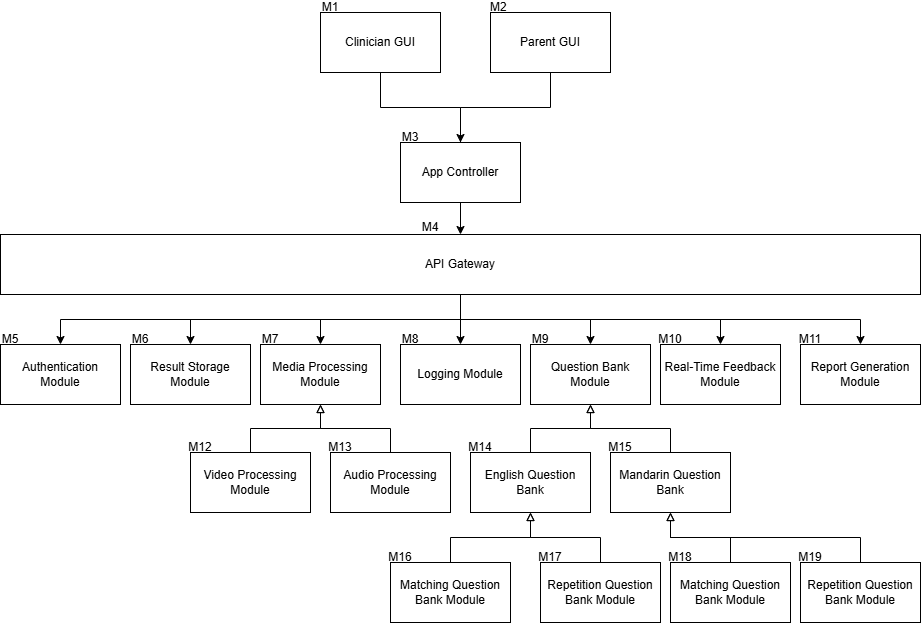
Before: docs/Design/SoftArchitecture/images/Module Hierachy.drawio.png, a diagram exported from draw.io (parishanizam/TeleHealth). Source tidied: cells renumbered, new cells last; positions are measured from the earlier drawing's top-left corner, leaving out a move shared by most shapes. Source of this version:
```xml
<mxGraphModel>
  <root>
    <mxCell id="0" />
    <mxCell id="1" parent="0" />
    <mxCell id="2" style="edgeStyle=orthogonalEdgeStyle;rounded=0;jettySize=auto;html=1;exitX=0.5;exitY=0;exitDx=0;exitDy=0;entryX=0.5;entryY=1;entryDx=0;entryDy=0;startArrow=classic;startFill=1;endArrow=none;endFill=0;" parent="1" edge="1" source="4" target="33">
      <mxGeometry relative="1" as="geometry" />
    </mxCell>
    <mxCell id="3" style="edgeStyle=orthogonalEdgeStyle;rounded=0;jettySize=auto;html=1;exitX=0.5;exitY=0;exitDx=0;exitDy=0;entryX=0.5;entryY=1;entryDx=0;entryDy=0;endArrow=none;endFill=0;" parent="1" edge="1" source="4" target="34">
      <mxGeometry relative="1" as="geometry" />
    </mxCell>
    <mxCell id="4" value="App Controller" style="rounded=0;whiteSpace=wrap;html=1;" parent="1" vertex="1">
      <mxGeometry x="400" y="140" width="120" height="60" as="geometry" />
    </mxCell>
    <mxCell id="5" style="edgeStyle=orthogonalEdgeStyle;rounded=0;jettySize=auto;html=1;entryX=0.5;entryY=0;entryDx=0;entryDy=0;exitX=0.5;exitY=1;exitDx=0;exitDy=0;" parent="1" edge="1" source="4" target="13">
      <mxGeometry relative="1" as="geometry" />
    </mxCell>
    <mxCell id="6" style="edgeStyle=orthogonalEdgeStyle;rounded=0;jettySize=auto;html=1;exitX=0.5;exitY=1;exitDx=0;exitDy=0;entryX=0.5;entryY=0;entryDx=0;entryDy=0;" parent="1" edge="1" source="13" target="14">
      <mxGeometry relative="1" as="geometry" />
    </mxCell>
    <mxCell id="7" style="edgeStyle=orthogonalEdgeStyle;rounded=0;jettySize=auto;html=1;exitX=0.5;exitY=1;exitDx=0;exitDy=0;" parent="1" edge="1" source="13" target="15">
      <mxGeometry relative="1" as="geometry" />
    </mxCell>
    <mxCell id="8" style="edgeStyle=orthogonalEdgeStyle;rounded=0;jettySize=auto;html=1;exitX=0.5;exitY=1;exitDx=0;exitDy=0;entryX=0.5;entryY=0;entryDx=0;entryDy=0;" parent="1" edge="1" source="13" target="17">
      <mxGeometry relative="1" as="geometry" />
    </mxCell>
    <mxCell id="9" style="edgeStyle=orthogonalEdgeStyle;rounded=0;jettySize=auto;html=1;exitX=0.5;exitY=1;exitDx=0;exitDy=0;entryX=0.5;entryY=0;entryDx=0;entryDy=0;" parent="1" edge="1" source="13" target="16">
      <mxGeometry relative="1" as="geometry" />
    </mxCell>
    <mxCell id="10" style="edgeStyle=orthogonalEdgeStyle;rounded=0;jettySize=auto;html=1;exitX=0.5;exitY=1;exitDx=0;exitDy=0;entryX=0.5;entryY=0;entryDx=0;entryDy=0;" parent="1" edge="1" source="13" target="26">
      <mxGeometry relative="1" as="geometry" />
    </mxCell>
    <mxCell id="11" style="edgeStyle=orthogonalEdgeStyle;rounded=0;jettySize=auto;html=1;exitX=0.5;exitY=1;exitDx=0;exitDy=0;entryX=0.5;entryY=0;entryDx=0;entryDy=0;" parent="1" edge="1" source="13" target="19">
      <mxGeometry relative="1" as="geometry" />
    </mxCell>
    <mxCell id="12" style="edgeStyle=orthogonalEdgeStyle;rounded=0;jettySize=auto;html=1;exitX=0.5;exitY=1;exitDx=0;exitDy=0;entryX=0.5;entryY=0;entryDx=0;entryDy=0;" parent="1" edge="1" source="13" target="18">
      <mxGeometry relative="1" as="geometry" />
    </mxCell>
    <mxCell id="13" value="API Gateway" style="rounded=0;whiteSpace=wrap;html=1;" parent="1" vertex="1">
      <mxGeometry y="232" width="920" height="60" as="geometry" />
    </mxCell>
    <mxCell id="14" value="Authentication Module" style="rounded=0;whiteSpace=wrap;html=1;" parent="1" vertex="1">
      <mxGeometry y="342" width="120" height="60" as="geometry" />
    </mxCell>
    <mxCell id="15" value="Result Storage Module" style="rounded=0;whiteSpace=wrap;html=1;" parent="1" vertex="1">
      <mxGeometry x="130" y="342" width="120" height="60" as="geometry" />
    </mxCell>
    <mxCell id="16" value="Logging Module" style="rounded=0;whiteSpace=wrap;html=1;" parent="1" vertex="1">
      <mxGeometry x="400" y="342" width="120" height="60" as="geometry" />
    </mxCell>
    <mxCell id="17" value="Media Processing Module" style="rounded=0;whiteSpace=wrap;html=1;" parent="1" vertex="1">
      <mxGeometry x="260" y="342" width="120" height="60" as="geometry" />
    </mxCell>
    <mxCell id="18" value="Report Generation Module" style="rounded=0;whiteSpace=wrap;html=1;" parent="1" vertex="1">
      <mxGeometry x="800" y="342" width="120" height="60" as="geometry" />
    </mxCell>
    <mxCell id="19" value="&lt;font style=&quot;color: rgb(0, 0, 0);&quot;&gt;Real-Time Feedback Module&lt;/font&gt;" style="rounded=0;whiteSpace=wrap;html=1;" parent="1" vertex="1">
      <mxGeometry x="660" y="342" width="120" height="60" as="geometry" />
    </mxCell>
    <mxCell id="20" style="edgeStyle=orthogonalEdgeStyle;rounded=0;jettySize=auto;html=1;exitX=0.5;exitY=0;exitDx=0;exitDy=0;entryX=0.5;entryY=1;entryDx=0;entryDy=0;endArrow=block;endFill=0;" parent="1" edge="1" source="21" target="17">
      <mxGeometry relative="1" as="geometry" />
    </mxCell>
    <mxCell id="21" value="Video Processing Module" style="rounded=0;whiteSpace=wrap;html=1;" parent="1" vertex="1">
      <mxGeometry x="190" y="450" width="120" height="60" as="geometry" />
    </mxCell>
    <mxCell id="22" style="edgeStyle=orthogonalEdgeStyle;rounded=0;jettySize=auto;html=1;exitX=0.5;exitY=0;exitDx=0;exitDy=0;entryX=0.5;entryY=1;entryDx=0;entryDy=0;endArrow=block;endFill=0;" parent="1" edge="1" source="23" target="17">
      <mxGeometry relative="1" as="geometry" />
    </mxCell>
    <mxCell id="23" value="Audio Processing Module" style="rounded=0;whiteSpace=wrap;html=1;" parent="1" vertex="1">
      <mxGeometry x="330" y="450" width="120" height="60" as="geometry" />
    </mxCell>
    <mxCell id="24" style="rounded=0;jettySize=auto;html=1;exitX=0.5;exitY=0;exitDx=0;exitDy=0;entryX=0.5;entryY=1;entryDx=0;entryDy=0;endArrow=block;endFill=0;edgeStyle=orthogonalEdgeStyle;" parent="1" edge="1" source="31" target="26">
      <mxGeometry relative="1" as="geometry" />
    </mxCell>
    <mxCell id="25" style="edgeStyle=orthogonalEdgeStyle;rounded=0;jettySize=auto;html=1;entryX=0.5;entryY=1;entryDx=0;entryDy=0;exitX=0.5;exitY=0;exitDx=0;exitDy=0;endArrow=block;endFill=0;" parent="1" edge="1" source="32" target="26">
      <mxGeometry relative="1" as="geometry" />
    </mxCell>
    <mxCell id="26" value="Question Bank Module" style="rounded=0;whiteSpace=wrap;html=1;" parent="1" vertex="1">
      <mxGeometry x="530" y="342" width="120" height="60" as="geometry" />
    </mxCell>
    <mxCell id="27" value="Matching Question Bank Module" style="rounded=0;whiteSpace=wrap;html=1;" parent="1" vertex="1">
      <mxGeometry x="390" y="560" width="120" height="60" as="geometry" />
    </mxCell>
    <mxCell id="28" value="Repetition Question Bank Module" style="rounded=0;whiteSpace=wrap;html=1;" parent="1" vertex="1">
      <mxGeometry x="540" y="560" width="120" height="60" as="geometry" />
    </mxCell>
    <mxCell id="29" style="rounded=0;jettySize=auto;html=1;entryX=0.5;entryY=1;entryDx=0;entryDy=0;endArrow=block;endFill=0;exitX=0.5;exitY=0;exitDx=0;exitDy=0;edgeStyle=orthogonalEdgeStyle;" parent="1" edge="1" source="27" target="31">
      <mxGeometry relative="1" as="geometry" />
    </mxCell>
    <mxCell id="30" style="rounded=0;jettySize=auto;html=1;endArrow=block;endFill=0;entryX=0.5;entryY=1;entryDx=0;entryDy=0;exitX=0.5;exitY=0;exitDx=0;exitDy=0;edgeStyle=orthogonalEdgeStyle;" parent="1" edge="1" source="28" target="31">
      <mxGeometry relative="1" as="geometry" />
    </mxCell>
    <mxCell id="31" value="English Question Bank" style="rounded=0;whiteSpace=wrap;html=1;" parent="1" vertex="1">
      <mxGeometry x="470" y="450" width="120" height="60" as="geometry" />
    </mxCell>
    <mxCell id="32" value="Mandarin Question Bank" style="rounded=0;whiteSpace=wrap;html=1;" parent="1" vertex="1">
      <mxGeometry x="610" y="450" width="120" height="60" as="geometry" />
    </mxCell>
    <mxCell id="33" value="Clinician GUI" style="rounded=0;whiteSpace=wrap;html=1;" parent="1" vertex="1">
      <mxGeometry x="320" y="10" width="120" height="60" as="geometry" />
    </mxCell>
    <mxCell id="34" value="Parent GUI" style="rounded=0;whiteSpace=wrap;html=1;" parent="1" vertex="1">
      <mxGeometry x="490" y="10" width="120" height="60" as="geometry" />
    </mxCell>
    <mxCell id="35" style="edgeStyle=orthogonalEdgeStyle;rounded=0;jettySize=auto;html=1;exitX=0.5;exitY=0;exitDx=0;exitDy=0;endArrow=block;endFill=0;" parent="1" edge="1" source="36" target="32">
      <mxGeometry relative="1" as="geometry" />
    </mxCell>
    <mxCell id="36" value="Matching Question Bank Module" style="rounded=0;whiteSpace=wrap;html=1;" parent="1" vertex="1">
      <mxGeometry x="670" y="560" width="120" height="60" as="geometry" />
    </mxCell>
    <mxCell id="37" style="edgeStyle=orthogonalEdgeStyle;rounded=0;jettySize=auto;html=1;exitX=0.5;exitY=0;exitDx=0;exitDy=0;entryX=0.5;entryY=1;entryDx=0;entryDy=0;endArrow=block;endFill=0;" parent="1" edge="1" source="38" target="32">
      <mxGeometry relative="1" as="geometry" />
    </mxCell>
    <mxCell id="38" value="Repetition Question Bank Module" style="rounded=0;whiteSpace=wrap;html=1;" parent="1" vertex="1">
      <mxGeometry x="800" y="560" width="120" height="60" as="geometry" />
    </mxCell>
    <mxCell id="39" value="M1" style="text;html=1;align=center;verticalAlign=middle;whiteSpace=wrap;rounded=0;" parent="1" vertex="1">
      <mxGeometry x="320" width="20" height="10" as="geometry" />
    </mxCell>
    <mxCell id="40" value="M2&amp;nbsp;" style="text;html=1;align=center;verticalAlign=middle;whiteSpace=wrap;rounded=0;" parent="1" vertex="1">
      <mxGeometry x="490" width="20" height="10" as="geometry" />
    </mxCell>
    <mxCell id="41" value="M3" style="text;html=1;align=center;verticalAlign=middle;whiteSpace=wrap;rounded=0;" parent="1" vertex="1">
      <mxGeometry x="400" y="130" width="20" height="10" as="geometry" />
    </mxCell>
    <mxCell id="42" value="M4" style="text;html=1;align=center;verticalAlign=middle;whiteSpace=wrap;rounded=0;" parent="1" vertex="1">
      <mxGeometry x="420" y="220" width="20" height="10" as="geometry" />
    </mxCell>
    <mxCell id="43" value="M5" style="text;html=1;align=center;verticalAlign=middle;whiteSpace=wrap;rounded=0;" parent="1" vertex="1">
      <mxGeometry y="332" width="20" height="10" as="geometry" />
    </mxCell>
    <mxCell id="44" value="M6" style="text;html=1;align=center;verticalAlign=middle;whiteSpace=wrap;rounded=0;" parent="1" vertex="1">
      <mxGeometry x="130" y="332" width="20" height="10" as="geometry" />
    </mxCell>
    <mxCell id="45" value="M7" style="text;html=1;align=center;verticalAlign=middle;whiteSpace=wrap;rounded=0;" parent="1" vertex="1">
      <mxGeometry x="260" y="332" width="20" height="10" as="geometry" />
    </mxCell>
    <mxCell id="46" value="M8" style="text;html=1;align=center;verticalAlign=middle;whiteSpace=wrap;rounded=0;" parent="1" vertex="1">
      <mxGeometry x="400" y="332" width="20" height="10" as="geometry" />
    </mxCell>
    <mxCell id="47" value="M9" style="text;html=1;align=center;verticalAlign=middle;whiteSpace=wrap;rounded=0;" parent="1" vertex="1">
      <mxGeometry x="530" y="332" width="20" height="10" as="geometry" />
    </mxCell>
    <mxCell id="48" value="M10" style="text;html=1;align=center;verticalAlign=middle;whiteSpace=wrap;rounded=0;" parent="1" vertex="1">
      <mxGeometry x="660" y="332" width="20" height="10" as="geometry" />
    </mxCell>
    <mxCell id="49" value="M11" style="text;html=1;align=center;verticalAlign=middle;whiteSpace=wrap;rounded=0;" parent="1" vertex="1">
      <mxGeometry x="800" y="332" width="20" height="10" as="geometry" />
    </mxCell>
    <mxCell id="50" value="M12" style="text;html=1;align=center;verticalAlign=middle;whiteSpace=wrap;rounded=0;" parent="1" vertex="1">
      <mxGeometry x="190" y="440" width="20" height="10" as="geometry" />
    </mxCell>
    <mxCell id="51" value="M13" style="text;html=1;align=center;verticalAlign=middle;whiteSpace=wrap;rounded=0;" parent="1" vertex="1">
      <mxGeometry x="330" y="440" width="20" height="10" as="geometry" />
    </mxCell>
    <mxCell id="52" value="M14" style="text;html=1;align=center;verticalAlign=middle;whiteSpace=wrap;rounded=0;" parent="1" vertex="1">
      <mxGeometry x="470" y="440" width="20" height="10" as="geometry" />
    </mxCell>
    <mxCell id="53" value="M15" style="text;html=1;align=center;verticalAlign=middle;whiteSpace=wrap;rounded=0;" parent="1" vertex="1">
      <mxGeometry x="610" y="440" width="20" height="10" as="geometry" />
    </mxCell>
    <mxCell id="54" value="M16" style="text;html=1;align=center;verticalAlign=middle;whiteSpace=wrap;rounded=0;" parent="1" vertex="1">
      <mxGeometry x="390" y="550" width="20" height="10" as="geometry" />
    </mxCell>
    <mxCell id="55" value="M17" style="text;html=1;align=center;verticalAlign=middle;whiteSpace=wrap;rounded=0;" parent="1" vertex="1">
      <mxGeometry x="540" y="550" width="20" height="10" as="geometry" />
    </mxCell>
    <mxCell id="56" value="M18" style="text;html=1;align=center;verticalAlign=middle;whiteSpace=wrap;rounded=0;" parent="1" vertex="1">
      <mxGeometry x="670" y="550" width="20" height="10" as="geometry" />
    </mxCell>
    <mxCell id="57" value="M19" style="text;html=1;align=center;verticalAlign=middle;whiteSpace=wrap;rounded=0;" parent="1" vertex="1">
      <mxGeometry x="800" y="550" width="20" height="10" as="geometry" />
    </mxCell>
  </root>
</mxGraphModel>
```
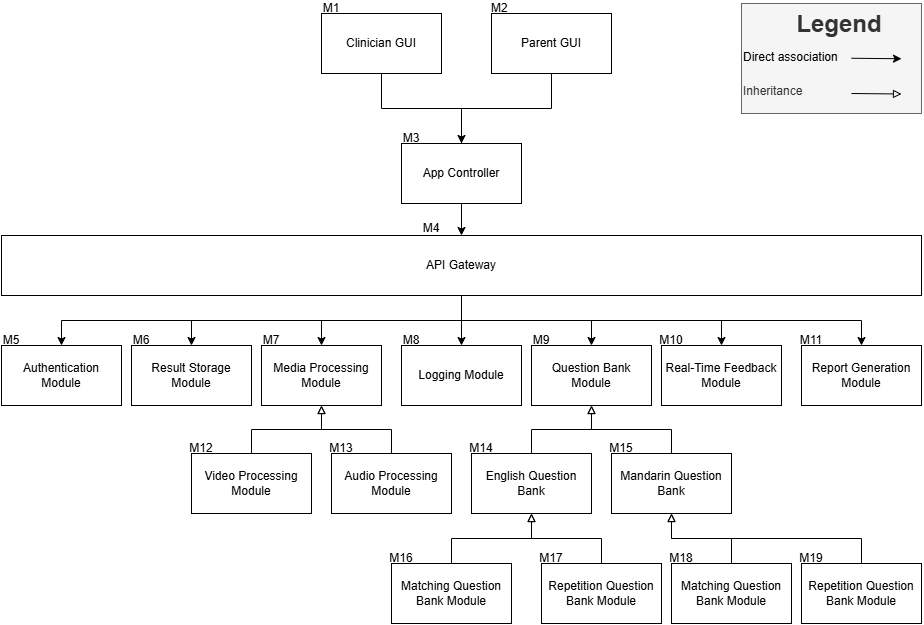
After the commit.

Commit message:
added reflection and legend to MG module diagram

The edit, as a diff of the source:
```diff
@@ -170,5 +170,20 @@
     <mxCell id="57" value="M19" style="text;html=1;align=center;verticalAlign=middle;whiteSpace=wrap;rounded=0;" parent="1" vertex="1">
       <mxGeometry x="800" y="550" width="20" height="10" as="geometry" />
     </mxCell>
+    <mxCell id="58" value="&lt;h1 style=&quot;margin-top: 0px;&quot;&gt;&amp;nbsp; &amp;nbsp; &amp;nbsp; &amp;nbsp; Legend&lt;br&gt;&lt;span style=&quot;background-color: transparent; color: light-dark(rgb(0, 0, 0), rgb(255, 255, 255)); font-size: 12px; font-weight: normal;&quot;&gt;Direct association&lt;/span&gt;&lt;/h1&gt;&lt;p&gt;Inheritance&lt;/p&gt;" style="text;html=1;whiteSpace=wrap;overflow=hidden;rounded=0;fillColor=#f5f5f5;fontColor=#333333;strokeColor=#666666;" parent="1" vertex="1">
+      <mxGeometry x="740" width="180" height="110" as="geometry" />
+    </mxCell>
+    <mxCell id="59" style="rounded=0;orthogonalLoop=1;jettySize=auto;html=1;exitX=0.5;exitY=1;exitDx=0;exitDy=0;" parent="1" edge="1">
+      <mxGeometry relative="1" as="geometry">
+        <mxPoint x="850" y="54.8" as="sourcePoint" />
+        <mxPoint x="900" y="55.2" as="targetPoint" />
+      </mxGeometry>
+    </mxCell>
+    <mxCell id="60" style="rounded=0;orthogonalLoop=1;jettySize=auto;html=1;exitX=0.5;exitY=1;exitDx=0;exitDy=0;endArrow=block;endFill=0;" parent="1" edge="1">
+      <mxGeometry relative="1" as="geometry">
+        <mxPoint x="850" y="90" as="sourcePoint" />
+        <mxPoint x="900" y="90.5" as="targetPoint" />
+      </mxGeometry>
+    </mxCell>
   </root>
 </mxGraphModel>
```
